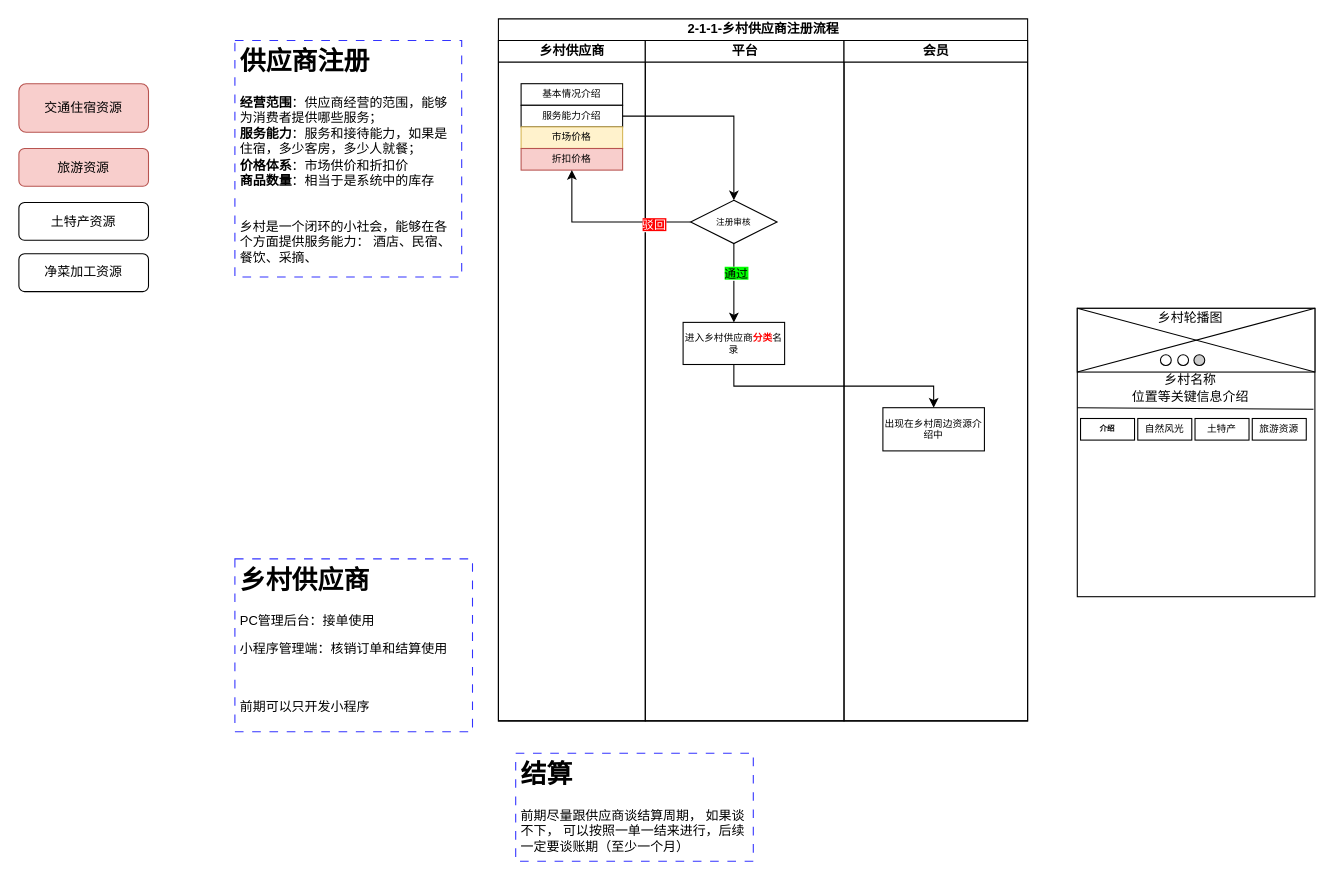
Above: page "2-1-1-供应商注册流程" (1 of 7) of Graph/2-1-乡村供应商流程.drawio in ManGuo/HealthFarm (draw.io), before the change. Source tidied: cells renumbered, new cells numbered last; positions are measured from the earlier drawing's top-left corner, leaving out a move shared by most shapes. Both pictures are drawn from the tidied source at 108%, with x=0, y=0 at pixel (18, 18).
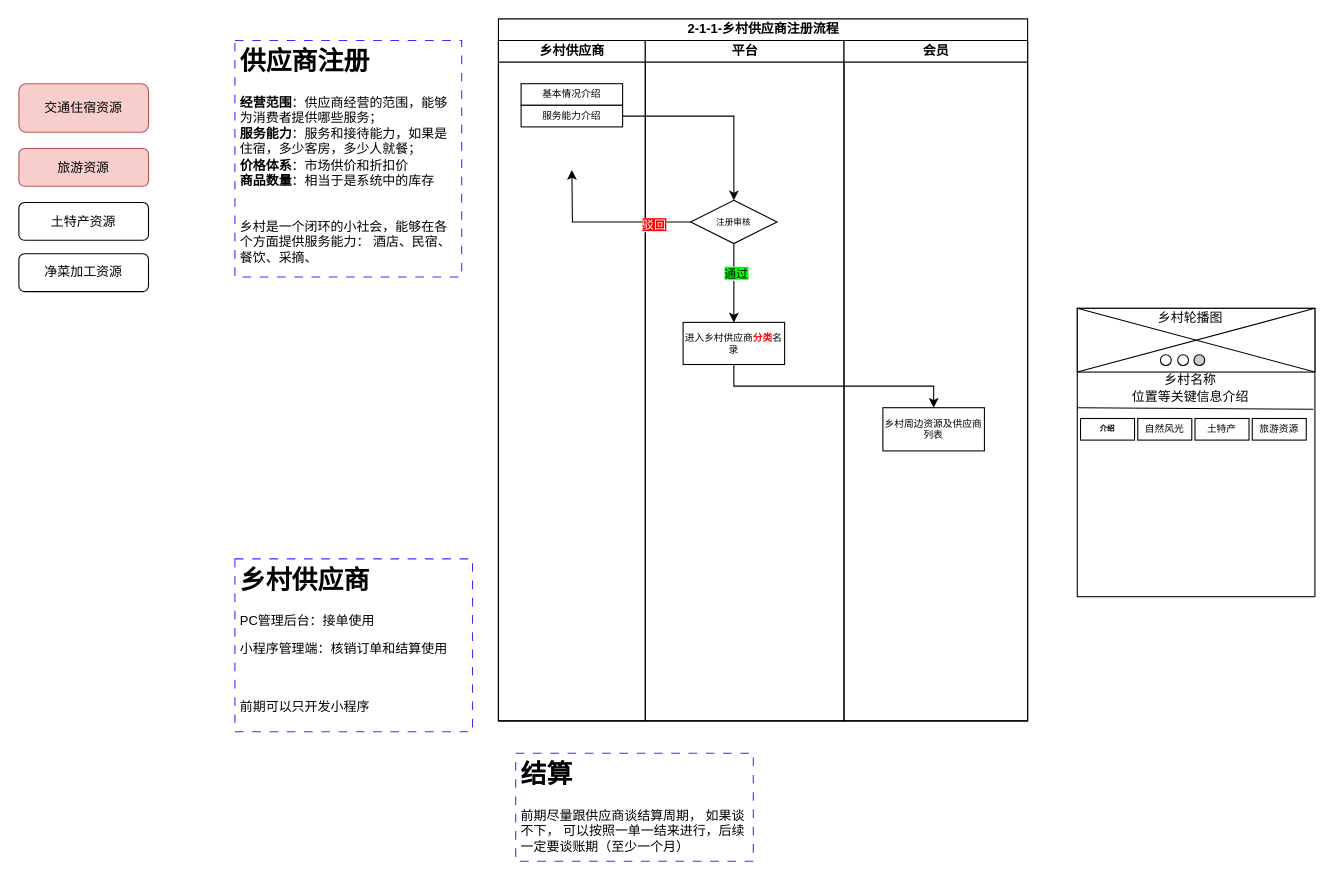
The same page after the edit.

The change refers to these unchanged cells:
```xml
<mxCell id="2" value="2-1-1-乡村供应商注册流程" style="swimlane;startSize=20;html=1;" parent="1" vertex="1">
  <mxGeometry x="444" width="490" height="650" as="geometry" />
</mxCell>
<mxCell id="3" value="乡村供应商" style="swimlane;startSize=20;html=1;" parent="2" vertex="1">
  <mxGeometry y="20" width="136" height="630" as="geometry" />
</mxCell>
<mxCell id="11" value="注册审核" style="rhombus;whiteSpace=wrap;html=1;fontSize=8;" parent="8" vertex="1">
  <mxGeometry x="42" y="148" width="80" height="40" as="geometry" />
</mxCell>
<mxCell id="13" value="会员" style="swimlane;startSize=20;html=1;" parent="2" vertex="1">
  <mxGeometry x="320" y="20" width="170" height="630" as="geometry" />
</mxCell>
```

The edit, as a diff of the source:
```diff
@@
-    <mxCell id="6" value="市场价格" style="rounded=0;whiteSpace=wrap;html=1;fontSize=9;fillColor=#fff2cc;strokeColor=#d6b656;" parent="3" vertex="1">
-      <mxGeometry x="21" y="80" width="94" height="20" as="geometry" />
-    </mxCell>
-    <mxCell id="7" value="折扣价格" style="rounded=0;whiteSpace=wrap;html=1;fontSize=9;fillColor=#f8cecc;strokeColor=#b85450;" parent="3" vertex="1">
-      <mxGeometry x="21" y="100" width="94" height="20" as="geometry" />
-    </mxCell>
@@
-    <mxCell id="14" value="出现在乡村周边资源介绍中" style="rounded=0;whiteSpace=wrap;html=1;fontSize=9;" parent="13" vertex="1">
+    <mxCell id="14" value="乡村周边资源及供应商列表" style="rounded=0;whiteSpace=wrap;html=1;fontSize=9;" parent="13" vertex="1">
       <mxGeometry x="36" y="340" width="94" height="40" as="geometry" />
     </mxCell>
@@
-    <mxCell id="16" style="edgeStyle=orthogonalEdgeStyle;rounded=0;jettySize=auto;html=1;entryX=0.5;entryY=1;entryDx=0;entryDy=0;" parent="2" edge="1" source="11" target="7">
-      <mxGeometry relative="1" as="geometry" />
+    <mxCell id="16" style="edgeStyle=orthogonalEdgeStyle;rounded=0;jettySize=auto;html=1;entryX=0.5;entryY=1;entryDx=0;entryDy=0;" parent="2" edge="1" source="11">
+      <mxGeometry relative="1" as="geometry">
+        <mxPoint x="68" y="140" as="targetPoint" />
+      </mxGeometry>
     </mxCell>
```
